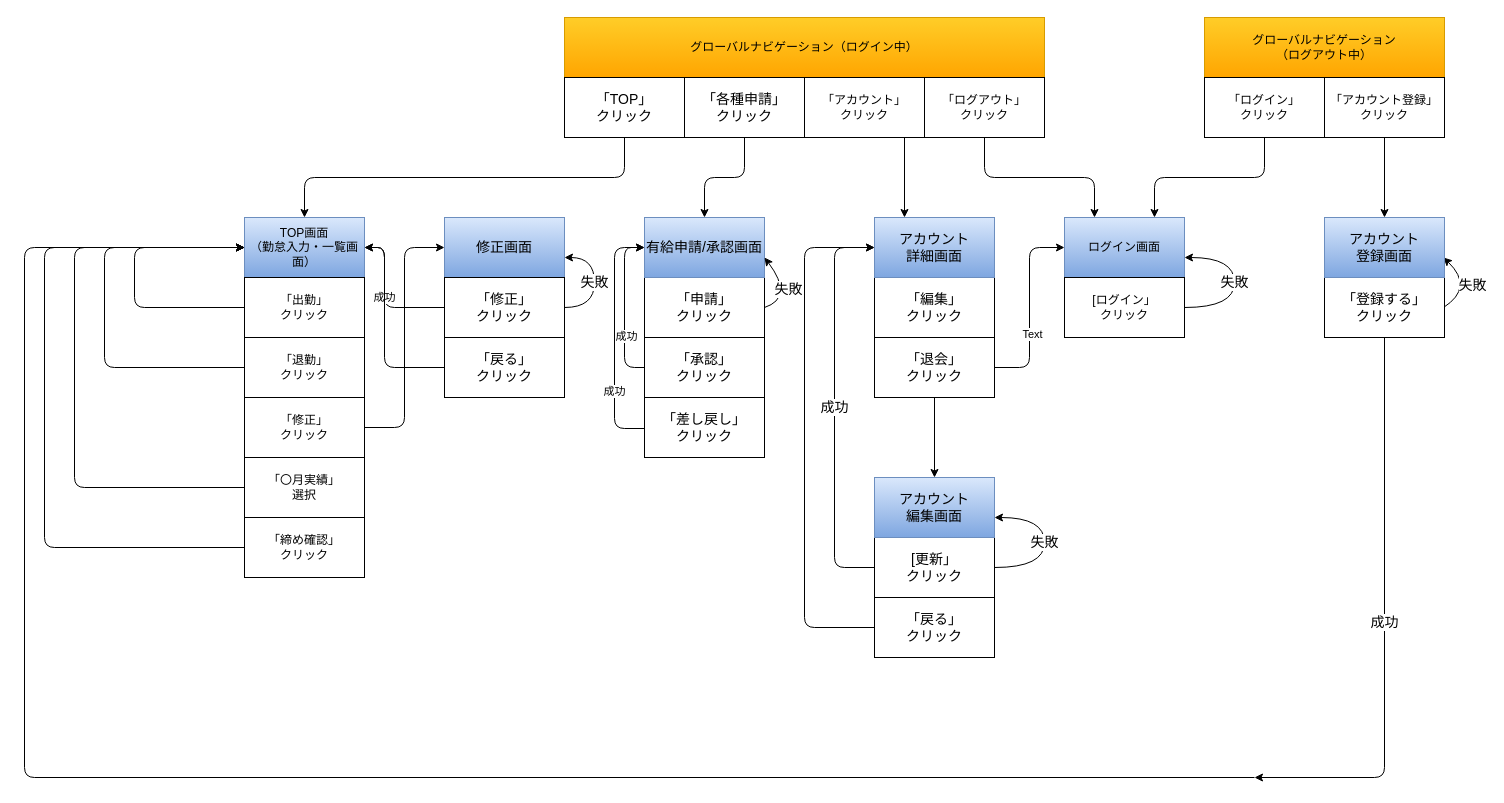
This is screen_transition.drawio from ushimedia/catalog_task_2, a draw.io file, before an edit. Source tidied: cells renumbered, new cells numbered last; positions are measured from the earlier drawing's top-left corner, leaving out a move shared by most shapes. Both pictures are drawn from the tidied source at 100%, with x=0, y=0 at pixel (24, 17).
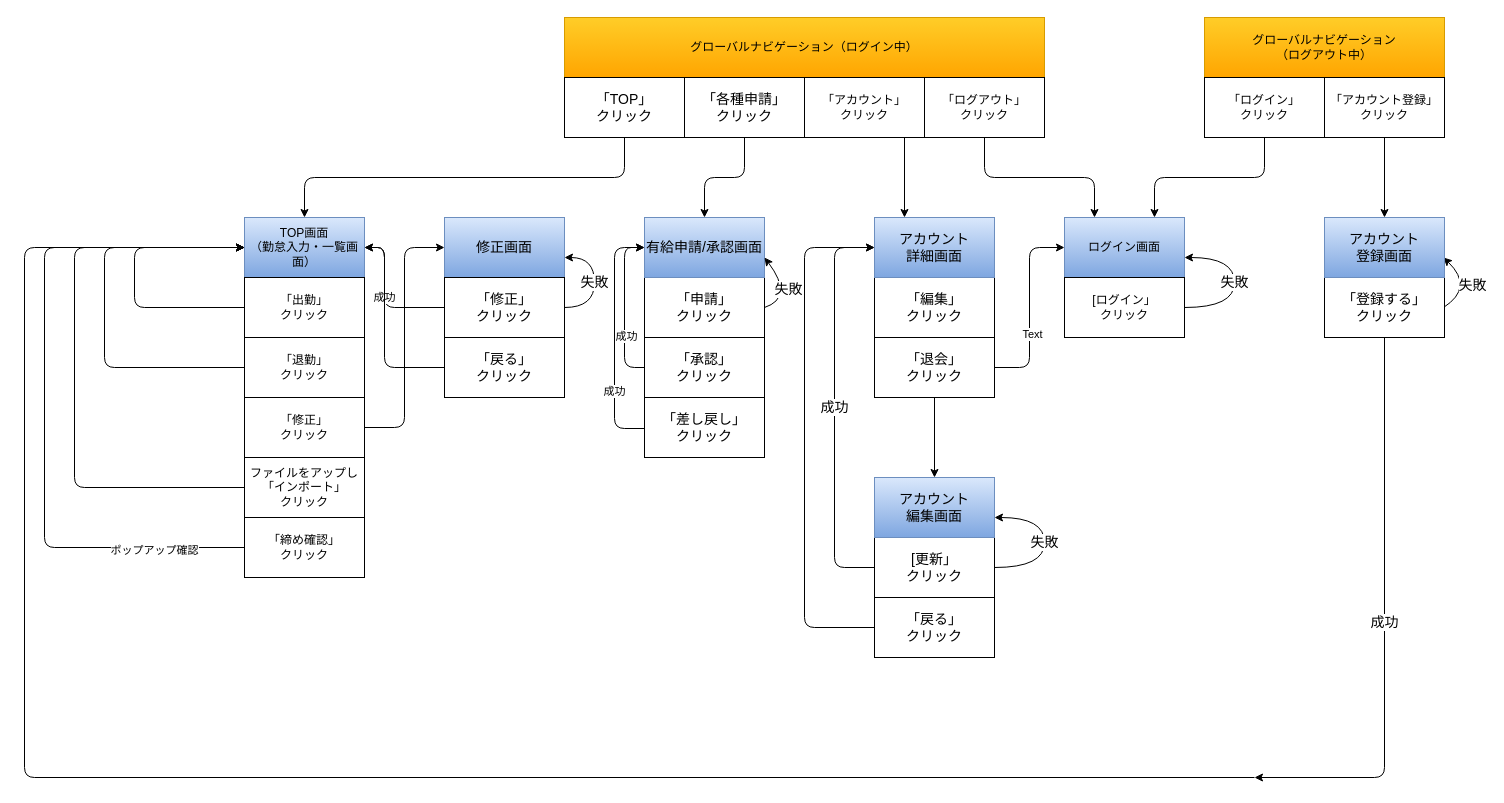
After the change.

Unchanged cells that the change refers to:
```xml
<mxCell id="61" style="edgeStyle=elbowEdgeStyle;elbow=horizontal;endArrow=classic;html=1;entryX=0;entryY=0.5;entryDx=0;entryDy=0;exitX=0;exitY=0.5;exitDx=0;exitDy=0;" parent="1" edge="1" source="60" target="43">
  <mxGeometry relative="1" as="geometry">
    <Array as="points">
      <mxPoint x="20" y="390" />
    </Array>
  </mxGeometry>
</mxCell>
```

The edit, as a diff of the source:
```diff
@@
-    <mxCell id="51" value="「〇月実績」&lt;br&gt;選択" style="rounded=0;whiteSpace=wrap;html=1;" parent="1" vertex="1">
+    <mxCell id="51" value="ファイルをアップし「インポート」&lt;br&gt;クリック" style="rounded=0;whiteSpace=wrap;html=1;" parent="1" vertex="1">
       <mxGeometry x="220" y="440" width="120" height="60" as="geometry" />
     </mxCell>
@@
+    <mxCell id="62" value="ポップアップ確認" style="edgeLabel;html=1;align=center;verticalAlign=middle;" parent="61" vertex="1">
+      <mxGeometry x="-0.74" y="2" relative="1" as="geometry" />
+    </mxCell>
```
